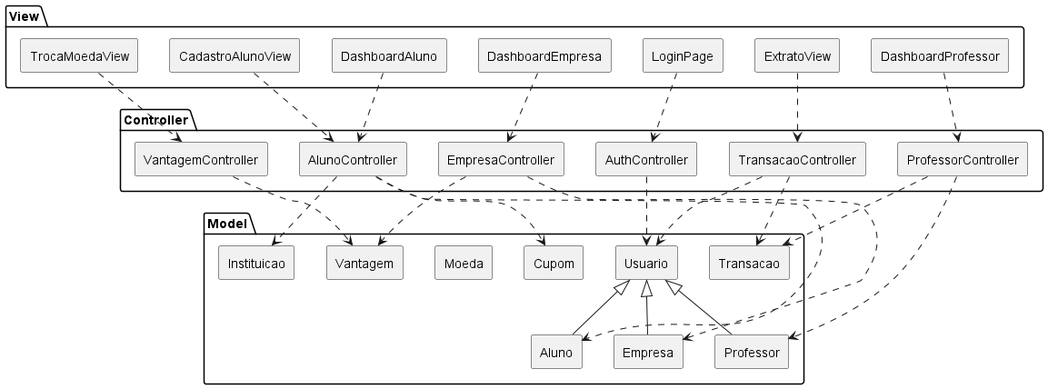
This is project/img/components.png from hegdt/lds-3, a PlantUML export, as it was before one commit.
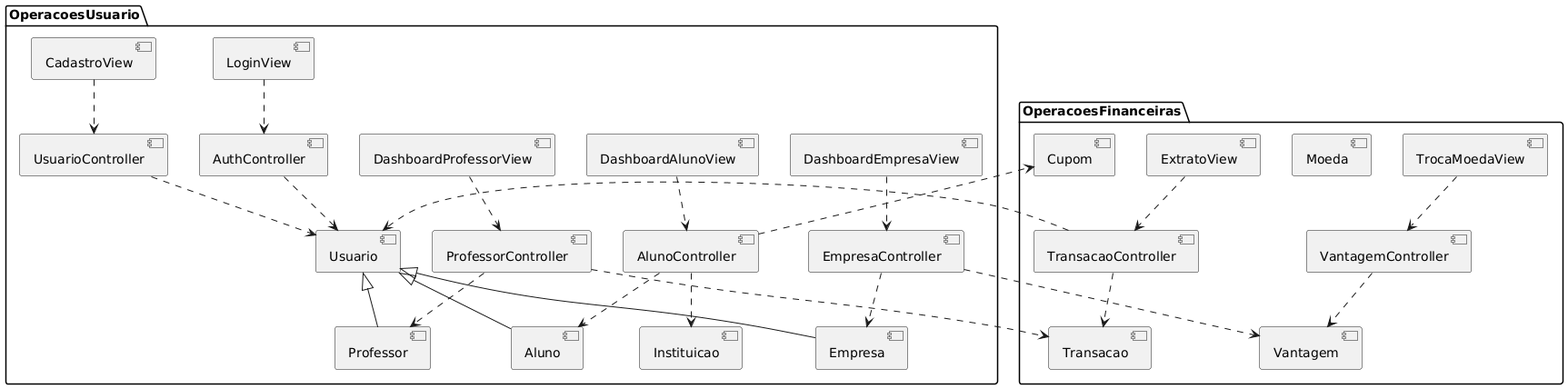
Above is the later version.

What changed in the source:
```diff
@@ -1,46 +1,43 @@
 @startuml
-skinparam componentStyle rectangle
-
-package "View" {
-  [LoginPage]
-  [DashboardAluno]
-  [DashboardProfessor]
-  [DashboardEmpresa]
-  [ExtratoView]
-  [TrocaMoedaView]
-  [CadastroAlunoView]
-}
-
-package "Controller" {
+package "OperacoesUsuario" {
+  [CadastroView]
+  [LoginView]
+  [DashboardAlunoView]
+  [DashboardProfessorView]
+  [DashboardEmpresaView]
   [AuthController]
+  [UsuarioController]
   [AlunoController]
   [ProfessorController]
   [EmpresaController]
-  [VantagemController]
-  [TransacaoController]
-}
-
-package "Model" {
   [Usuario]
   [Aluno]
   [Professor]
   [Empresa]
   [Instituicao]
+}
+
+package "OperacoesFinanceiras" {
+  [ExtratoView]
+  [TrocaMoedaView]
+  [VantagemController]
+  [TransacaoController]
   [Vantagem]
   [Moeda]
   [Transacao]
   [Cupom]
 }
 
-[LoginPage] ..> [AuthController]
-[DashboardAluno] ..> [AlunoController]
-[DashboardProfessor] ..> [ProfessorController]
-[DashboardEmpresa] ..> [EmpresaController]
+[LoginView] ..> [AuthController]
+[DashboardAlunoView] ..> [AlunoController]
+[DashboardProfessorView] ..> [ProfessorController]
+[DashboardEmpresaView] ..> [EmpresaController]
 [ExtratoView] ..> [TransacaoController]
 [TrocaMoedaView] ..> [VantagemController]
-[CadastroAlunoView] ..> [AlunoController]
+[CadastroView] ..> [UsuarioController]
 
 [AuthController] ..> [Usuario]
+[UsuarioController] ..> [Usuario]
 [AlunoController] ..> [Aluno]
 [AlunoController] ..> [Instituicao]
 [AlunoController] ..> [Cupom]
@@ -55,5 +52,4 @@
 [Usuario] <|-- [Aluno]
 [Usuario] <|-- [Professor]
 [Usuario] <|-- [Empresa]
-
 @enduml
```
